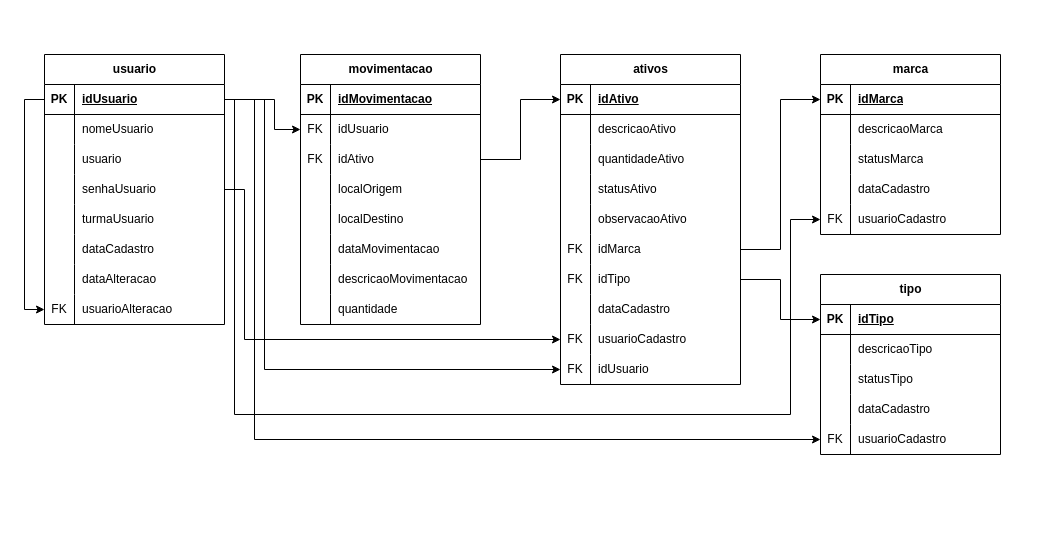
Above: trabalho/fluxogramas/ER_banco_de_dados.drawio in gabrielhalmenschlager/controle-de-ativos-senac (draw.io), before the change. Source tidied: cells renumbered, new cells numbered last; positions are measured from the earlier drawing's top-left corner, leaving out a move shared by most shapes. Both pictures are drawn from the tidied source at 100%, with x=0, y=0 at pixel (44, 54).
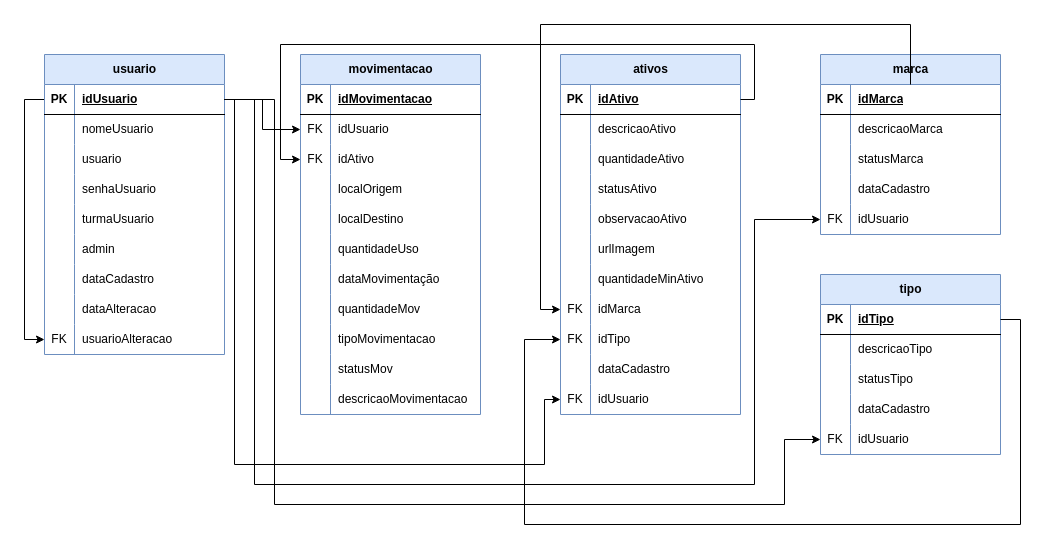
Above is the later version.

The change refers to these unchanged cells:
```xml
<mxCell id="5" style="shape=tableRow;horizontal=0;startSize=0;swimlaneHead=0;swimlaneBody=0;fillColor=none;points=[[0,0.5],[1,0.5]];portConstraint=eastwest;top=0;left=0;right=0;bottom=1;" parent="4" vertex="1">
  <mxGeometry y="30" width="180" height="30" as="geometry" />
</mxCell>
<mxCell id="30" style="shape=tableRow;horizontal=0;startSize=0;swimlaneHead=0;swimlaneBody=0;fillColor=none;points=[[0,0.5],[1,0.5]];portConstraint=eastwest;top=0;left=0;right=0;bottom=1;" parent="29" vertex="1">
  <mxGeometry y="30" width="180" height="30" as="geometry" />
</mxCell>
<mxCell id="61" style="shape=tableRow;horizontal=0;startSize=0;swimlaneHead=0;swimlaneBody=0;fillColor=none;points=[[0,0.5],[1,0.5]];portConstraint=eastwest;top=0;left=0;right=0;bottom=1;" parent="60" vertex="1">
  <mxGeometry y="30" width="180" height="30" as="geometry" />
</mxCell>
<mxCell id="73" style="shape=tableRow;horizontal=0;startSize=0;swimlaneHead=0;swimlaneBody=0;fillColor=none;points=[[0,0.5],[1,0.5]];portConstraint=eastwest;top=0;left=0;right=0;bottom=0;" parent="60" vertex="1">
  <mxGeometry y="150" width="180" height="30" as="geometry" />
</mxCell>
<mxCell id="77" style="shape=tableRow;horizontal=0;startSize=0;swimlaneHead=0;swimlaneBody=0;fillColor=none;points=[[0,0.5],[1,0.5]];portConstraint=eastwest;top=0;left=0;right=0;bottom=1;" parent="76" vertex="1">
  <mxGeometry y="30" width="180" height="30" as="geometry" />
</mxCell>
<mxCell id="89" style="shape=tableRow;horizontal=0;startSize=0;swimlaneHead=0;swimlaneBody=0;fillColor=none;points=[[0,0.5],[1,0.5]];portConstraint=eastwest;top=0;left=0;right=0;bottom=0;" parent="76" vertex="1">
  <mxGeometry y="150" width="180" height="30" as="geometry" />
</mxCell>
<mxCell id="96" style="shape=tableRow;horizontal=0;startSize=0;swimlaneHead=0;swimlaneBody=0;fillColor=none;points=[[0,0.5],[1,0.5]];portConstraint=eastwest;top=0;left=0;right=0;bottom=0;" parent="92" vertex="1">
  <mxGeometry y="60" width="180" height="30" as="geometry" />
</mxCell>
<mxCell id="99" style="shape=tableRow;horizontal=0;startSize=0;swimlaneHead=0;swimlaneBody=0;fillColor=none;points=[[0,0.5],[1,0.5]];portConstraint=eastwest;top=0;left=0;right=0;bottom=0;" parent="92" vertex="1">
  <mxGeometry y="90" width="180" height="30" as="geometry" />
</mxCell>
<mxCell id="108" style="shape=tableRow;horizontal=0;startSize=0;swimlaneHead=0;swimlaneBody=0;fillColor=none;top=0;left=0;right=0;bottom=0;" parent="92" vertex="1">
  <mxGeometry y="180" width="180" height="30" as="geometry" />
</mxCell>
```

The edit, as a diff of the source:
```diff
@@
-    <mxCell id="3" style="edgeStyle=orthogonalEdgeStyle;rounded=0;jettySize=auto;html=1;" parent="1" edge="1" source="4" target="54">
-      <mxGeometry relative="1" as="geometry">
-        <Array as="points">
-          <mxPoint x="200" y="135" />
-          <mxPoint x="200" y="285" />
-        </Array>
-      </mxGeometry>
-    </mxCell>
-    <mxCell id="4" value="usuario" style="shape=table;startSize=30;childLayout=tableLayout;rowLines=0;fontStyle=1;align=center;html=1;" parent="1" vertex="1">
-      <mxGeometry width="180" height="270" as="geometry" />
+    <mxCell id="4" value="usuario" style="shape=table;startSize=30;childLayout=tableLayout;rowLines=0;fontStyle=1;align=center;html=1;fillColor=#dae8fc;strokeColor=#6c8ebf;" parent="1" vertex="1">
+      <mxGeometry width="180" height="300" as="geometry" />
     </mxCell>
@@
+    <mxCell id="124" style="shape=tableRow;horizontal=0;startSize=0;swimlaneHead=0;swimlaneBody=0;fillColor=none;top=0;left=0;right=0;bottom=0;" parent="4" vertex="1">
+      <mxGeometry y="180" width="180" height="30" as="geometry" />
+    </mxCell>
+    <mxCell id="125" style="shape=partialRectangle;fillColor=none;top=0;left=0;bottom=0;right=0;overflow=hidden;whiteSpace=wrap;html=1;" parent="124" vertex="1">
+      <mxGeometry width="30" height="30" as="geometry" />
+    </mxCell>
+    <mxCell id="126" value="admin" style="shape=partialRectangle;fillColor=none;top=0;left=0;bottom=0;right=0;align=left;spacingLeft=6;overflow=hidden;whiteSpace=wrap;html=1;" parent="124" vertex="1">
+      <mxGeometry x="30" width="150" height="30" as="geometry" />
+    </mxCell>
     <mxCell id="20" style="shape=tableRow;horizontal=0;startSize=0;swimlaneHead=0;swimlaneBody=0;fillColor=none;top=0;left=0;right=0;bottom=0;" parent="4" vertex="1">
-      <mxGeometry y="180" width="180" height="30" as="geometry" />
+      <mxGeometry y="210" width="180" height="30" as="geometry" />
     </mxCell>
@@
     <mxCell id="23" style="shape=tableRow;horizontal=0;startSize=0;swimlaneHead=0;swimlaneBody=0;fillColor=none;top=0;left=0;right=0;bottom=0;" parent="4" vertex="1">
-      <mxGeometry y="210" width="180" height="30" as="geometry" />
+      <mxGeometry y="240" width="180" height="30" as="geometry" />
     </mxCell>
@@
     <mxCell id="26" style="shape=tableRow;horizontal=0;startSize=0;swimlaneHead=0;swimlaneBody=0;fillColor=none;points=[[0,0.5],[1,0.5]];portConstraint=eastwest;top=0;left=0;right=0;bottom=0;" parent="4" vertex="1">
-      <mxGeometry y="240" width="180" height="30" as="geometry" />
+      <mxGeometry y="270" width="180" height="30" as="geometry" />
     </mxCell>
@@
-    <mxCell id="29" value="ativos" style="shape=table;startSize=30;childLayout=tableLayout;rowLines=0;fontStyle=1;align=center;html=1;" parent="1" vertex="1">
-      <mxGeometry x="516" width="180" height="330" as="geometry" />
+    <mxCell id="29" value="ativos" style="shape=table;startSize=30;childLayout=tableLayout;rowLines=0;fontStyle=1;align=center;html=1;fillColor=#dae8fc;strokeColor=#6c8ebf;" parent="1" vertex="1">
+      <mxGeometry x="516" width="180" height="360" as="geometry" />
     </mxCell>
@@
+    <mxCell id="127" style="shape=tableRow;horizontal=0;startSize=0;swimlaneHead=0;swimlaneBody=0;fillColor=none;top=0;left=0;right=0;bottom=0;" parent="29" vertex="1">
+      <mxGeometry y="180" width="180" height="30" as="geometry" />
+    </mxCell>
+    <mxCell id="128" style="shape=partialRectangle;fillColor=none;top=0;left=0;bottom=0;right=0;overflow=hidden;whiteSpace=wrap;html=1;" parent="127" vertex="1">
+      <mxGeometry width="30" height="30" as="geometry" />
+    </mxCell>
+    <mxCell id="129" value="urlImagem" style="shape=partialRectangle;fillColor=none;top=0;left=0;bottom=0;right=0;align=left;spacingLeft=6;overflow=hidden;whiteSpace=wrap;html=1;" parent="127" vertex="1">
+      <mxGeometry x="30" width="150" height="30" as="geometry" />
+    </mxCell>
+    <mxCell id="130" style="shape=tableRow;horizontal=0;startSize=0;swimlaneHead=0;swimlaneBody=0;fillColor=none;top=0;left=0;right=0;bottom=0;" parent="29" vertex="1">
+      <mxGeometry y="210" width="180" height="30" as="geometry" />
+    </mxCell>
+    <mxCell id="131" style="shape=partialRectangle;fillColor=none;top=0;left=0;bottom=0;right=0;overflow=hidden;whiteSpace=wrap;html=1;" parent="130" vertex="1">
+      <mxGeometry width="30" height="30" as="geometry" />
+    </mxCell>
+    <mxCell id="132" value="quantidadeMinAtivo" style="shape=partialRectangle;fillColor=none;top=0;left=0;bottom=0;right=0;align=left;spacingLeft=6;overflow=hidden;whiteSpace=wrap;html=1;" parent="130" vertex="1">
+      <mxGeometry x="30" width="150" height="30" as="geometry" />
+    </mxCell>
     <mxCell id="45" style="shape=tableRow;horizontal=0;startSize=0;swimlaneHead=0;swimlaneBody=0;fillColor=none;points=[[0,0.5],[1,0.5]];portConstraint=eastwest;top=0;left=0;right=0;bottom=0;" parent="29" vertex="1">
-      <mxGeometry y="180" width="180" height="30" as="geometry" />
+      <mxGeometry y="240" width="180" height="30" as="geometry" />
     </mxCell>
@@
     <mxCell id="48" style="shape=tableRow;horizontal=0;startSize=0;swimlaneHead=0;swimlaneBody=0;fillColor=none;points=[[0,0.5],[1,0.5]];portConstraint=eastwest;top=0;left=0;right=0;bottom=0;" parent="29" vertex="1">
-      <mxGeometry y="210" width="180" height="30" as="geometry" />
+      <mxGeometry y="270" width="180" height="30" as="geometry" />
     </mxCell>
@@
     <mxCell id="51" style="shape=tableRow;horizontal=0;startSize=0;swimlaneHead=0;swimlaneBody=0;fillColor=none;top=0;left=0;right=0;bottom=0;" parent="29" vertex="1">
-      <mxGeometry y="240" width="180" height="30" as="geometry" />
+      <mxGeometry y="300" width="180" height="30" as="geometry" />
     </mxCell>
@@
     <mxCell id="54" style="shape=tableRow;horizontal=0;startSize=0;swimlaneHead=0;swimlaneBody=0;fillColor=none;points=[[0,0.5],[1,0.5]];portConstraint=eastwest;top=0;left=0;right=0;bottom=0;" parent="29" vertex="1">
-      <mxGeometry y="270" width="180" height="30" as="geometry" />
+      <mxGeometry y="330" width="180" height="30" as="geometry" />
     </mxCell>
@@
-    <mxCell id="56" value="usuarioCadastro" style="shape=partialRectangle;fillColor=none;top=0;left=0;bottom=0;right=0;align=left;spacingLeft=6;overflow=hidden;whiteSpace=wrap;html=1;" parent="54" vertex="1">
+    <mxCell id="56" value="idUsuario" style="shape=partialRectangle;fillColor=none;top=0;left=0;bottom=0;right=0;align=left;spacingLeft=6;overflow=hidden;whiteSpace=wrap;html=1;" parent="54" vertex="1">
       <mxGeometry x="30" width="150" height="30" as="geometry" />
     </mxCell>
-    <mxCell id="57" style="shape=tableRow;horizontal=0;startSize=0;swimlaneHead=0;swimlaneBody=0;fillColor=none;points=[[0,0.5],[1,0.5]];portConstraint=eastwest;top=0;left=0;right=0;bottom=0;" parent="29" vertex="1">
-      <mxGeometry y="300" width="180" height="30" as="geometry" />
-    </mxCell>
-    <mxCell id="58" value="FK" style="shape=partialRectangle;fillColor=none;top=0;left=0;bottom=0;right=0;overflow=hidden;whiteSpace=wrap;html=1;" parent="57" vertex="1">
-      <mxGeometry width="30" height="30" as="geometry" />
-    </mxCell>
-    <mxCell id="59" value="idUsuario" style="shape=partialRectangle;fillColor=none;top=0;left=0;bottom=0;right=0;align=left;spacingLeft=6;overflow=hidden;whiteSpace=wrap;html=1;" parent="57" vertex="1">
-      <mxGeometry x="30" width="150" height="30" as="geometry" />
-    </mxCell>
-    <mxCell id="60" value="marca" style="shape=table;startSize=30;childLayout=tableLayout;rowLines=0;fontStyle=1;align=center;html=1;" parent="1" vertex="1">
+    <mxCell id="60" value="marca" style="shape=table;startSize=30;childLayout=tableLayout;rowLines=0;fontStyle=1;align=center;html=1;fillColor=#dae8fc;strokeColor=#6c8ebf;" parent="1" vertex="1">
       <mxGeometry x="776" width="180" height="180" as="geometry" />
     </mxCell>
@@
-    <mxCell id="75" value="usuarioCadastro" style="shape=partialRectangle;fillColor=none;top=0;left=0;bottom=0;right=0;align=left;spacingLeft=6;overflow=hidden;whiteSpace=wrap;html=1;" parent="73" vertex="1">
+    <mxCell id="75" value="idUsuario" style="shape=partialRectangle;fillColor=none;top=0;left=0;bottom=0;right=0;align=left;spacingLeft=6;overflow=hidden;whiteSpace=wrap;html=1;" parent="73" vertex="1">
       <mxGeometry x="30" width="150" height="30" as="geometry" />
     </mxCell>
-    <mxCell id="76" value="tipo" style="shape=table;startSize=30;childLayout=tableLayout;rowLines=0;fontStyle=1;align=center;html=1;" parent="1" vertex="1">
+    <mxCell id="76" value="tipo" style="shape=table;startSize=30;childLayout=tableLayout;rowLines=0;fontStyle=1;align=center;html=1;fillColor=#dae8fc;strokeColor=#6c8ebf;" parent="1" vertex="1">
       <mxGeometry x="776" y="220" width="180" height="180" as="geometry" />
     </mxCell>
@@
-    <mxCell id="91" value="usuarioCadastro" style="shape=partialRectangle;fillColor=none;top=0;left=0;bottom=0;right=0;align=left;spacingLeft=6;overflow=hidden;whiteSpace=wrap;html=1;" parent="89" vertex="1">
+    <mxCell id="91" value="idUsuario" style="shape=partialRectangle;fillColor=none;top=0;left=0;bottom=0;right=0;align=left;spacingLeft=6;overflow=hidden;whiteSpace=wrap;html=1;" parent="89" vertex="1">
       <mxGeometry x="30" width="150" height="30" as="geometry" />
     </mxCell>
-    <mxCell id="92" value="movimentacao" style="shape=table;startSize=30;childLayout=tableLayout;rowLines=0;fontStyle=1;align=center;html=1;" parent="1" vertex="1">
-      <mxGeometry x="256" width="180" height="270" as="geometry" />
+    <mxCell id="92" value="movimentacao" style="shape=table;startSize=30;childLayout=tableLayout;rowLines=0;fontStyle=1;align=center;html=1;fillColor=#dae8fc;strokeColor=#6c8ebf;" parent="1" vertex="1">
+      <mxGeometry x="256" width="180" height="360" as="geometry" />
     </mxCell>
@@
-    <mxCell id="110" value="dataMovimentacao" style="shape=partialRectangle;fillColor=none;top=0;left=0;bottom=0;right=0;align=left;spacingLeft=6;overflow=hidden;whiteSpace=wrap;html=1;" parent="108" vertex="1">
+    <mxCell id="110" value="quantidadeUso" style="shape=partialRectangle;fillColor=none;top=0;left=0;bottom=0;right=0;align=left;spacingLeft=6;overflow=hidden;whiteSpace=wrap;html=1;" parent="108" vertex="1">
       <mxGeometry x="30" width="150" height="30" as="geometry" />
     </mxCell>
-    <mxCell id="111" style="shape=tableRow;horizontal=0;startSize=0;swimlaneHead=0;swimlaneBody=0;fillColor=none;top=0;left=0;right=0;bottom=0;" parent="92" vertex="1">
-      <mxGeometry y="210" width="180" height="30" as="geometry" />
-    </mxCell>
-    <mxCell id="112" style="shape=partialRectangle;fillColor=none;top=0;left=0;bottom=0;right=0;overflow=hidden;whiteSpace=wrap;html=1;" parent="111" vertex="1">
-      <mxGeometry width="30" height="30" as="geometry" />
-    </mxCell>
-    <mxCell id="113" value="descricaoMovimentacao" style="shape=partialRectangle;fillColor=none;top=0;left=0;bottom=0;right=0;align=left;spacingLeft=6;overflow=hidden;whiteSpace=wrap;html=1;" parent="111" vertex="1">
-      <mxGeometry x="30" width="150" height="30" as="geometry" />
-    </mxCell>
+    <mxCell id="133" style="shape=tableRow;horizontal=0;startSize=0;swimlaneHead=0;swimlaneBody=0;fillColor=none;top=0;left=0;right=0;bottom=0;" parent="92" vertex="1">
+      <mxGeometry y="210" width="180" height="30" as="geometry" />
+    </mxCell>
+    <mxCell id="134" style="shape=partialRectangle;fillColor=none;top=0;left=0;bottom=0;right=0;overflow=hidden;whiteSpace=wrap;html=1;" parent="133" vertex="1">
+      <mxGeometry width="30" height="30" as="geometry" />
+    </mxCell>
+    <mxCell id="135" value="dataMovimentação" style="shape=partialRectangle;fillColor=none;top=0;left=0;bottom=0;right=0;align=left;spacingLeft=6;overflow=hidden;whiteSpace=wrap;html=1;" parent="133" vertex="1">
+      <mxGeometry x="30" width="150" height="30" as="geometry" />
+    </mxCell>
+    <mxCell id="136" style="shape=tableRow;horizontal=0;startSize=0;swimlaneHead=0;swimlaneBody=0;fillColor=none;top=0;left=0;right=0;bottom=0;" parent="92" vertex="1">
+      <mxGeometry y="240" width="180" height="30" as="geometry" />
+    </mxCell>
+    <mxCell id="137" style="shape=partialRectangle;fillColor=none;top=0;left=0;bottom=0;right=0;overflow=hidden;whiteSpace=wrap;html=1;" parent="136" vertex="1">
+      <mxGeometry width="30" height="30" as="geometry" />
+    </mxCell>
+    <mxCell id="138" value="quantidadeMov" style="shape=partialRectangle;fillColor=none;top=0;left=0;bottom=0;right=0;align=left;spacingLeft=6;overflow=hidden;whiteSpace=wrap;html=1;" parent="136" vertex="1">
+      <mxGeometry x="30" width="150" height="30" as="geometry" />
+    </mxCell>
     <mxCell id="114" style="shape=tableRow;horizontal=0;startSize=0;swimlaneHead=0;swimlaneBody=0;fillColor=none;top=0;left=0;right=0;bottom=0;" parent="92" vertex="1">
-      <mxGeometry y="240" width="180" height="30" as="geometry" />
+      <mxGeometry y="270" width="180" height="30" as="geometry" />
     </mxCell>
@@
-    <mxCell id="116" value="quantidade" style="shape=partialRectangle;fillColor=none;top=0;left=0;bottom=0;right=0;align=left;spacingLeft=6;overflow=hidden;whiteSpace=wrap;html=1;" parent="114" vertex="1">
+    <mxCell id="116" value="tipoMovimentacao" style="shape=partialRectangle;fillColor=none;top=0;left=0;bottom=0;right=0;align=left;spacingLeft=6;overflow=hidden;whiteSpace=wrap;html=1;" parent="114" vertex="1">
       <mxGeometry x="30" width="150" height="30" as="geometry" />
     </mxCell>
+    <mxCell id="57" style="shape=tableRow;horizontal=0;startSize=0;swimlaneHead=0;swimlaneBody=0;fillColor=none;points=[[0,0.5],[1,0.5]];portConstraint=eastwest;top=0;left=0;right=0;bottom=0;" parent="92" vertex="1">
+      <mxGeometry y="300" width="180" height="30" as="geometry" />
+    </mxCell>
+    <mxCell id="139" style="shape=partialRectangle;fillColor=none;top=0;left=0;bottom=0;right=0;overflow=hidden;whiteSpace=wrap;html=1;" parent="57" vertex="1">
+      <mxGeometry width="30" height="30" as="geometry" />
+    </mxCell>
+    <mxCell id="140" value="statusMov" style="shape=partialRectangle;fillColor=none;top=0;left=0;bottom=0;right=0;align=left;spacingLeft=6;overflow=hidden;whiteSpace=wrap;html=1;" parent="57" vertex="1">
+      <mxGeometry x="30" width="150" height="30" as="geometry" />
+    </mxCell>
+    <mxCell id="141" style="shape=tableRow;horizontal=0;startSize=0;swimlaneHead=0;swimlaneBody=0;fillColor=none;top=0;left=0;right=0;bottom=0;" parent="92" vertex="1">
+      <mxGeometry y="330" width="180" height="30" as="geometry" />
+    </mxCell>
+    <mxCell id="142" style="shape=partialRectangle;fillColor=none;top=0;left=0;bottom=0;right=0;overflow=hidden;whiteSpace=wrap;html=1;" parent="141" vertex="1">
+      <mxGeometry width="30" height="30" as="geometry" />
+    </mxCell>
+    <mxCell id="113" value="descricaoMovimentacao" style="shape=partialRectangle;fillColor=none;top=0;left=0;bottom=0;right=0;align=left;spacingLeft=6;overflow=hidden;whiteSpace=wrap;html=1;" parent="141" vertex="1">
+      <mxGeometry x="30" width="150" height="30" as="geometry" />
+    </mxCell>
+    <mxCell id="143" style="edgeStyle=orthogonalEdgeStyle;rounded=0;jettySize=auto;html=1;" parent="1" edge="1" source="5" target="54">
+      <mxGeometry relative="1" as="geometry">
+        <Array as="points">
+          <mxPoint x="190" y="45" />
+          <mxPoint x="190" y="410" />
+          <mxPoint x="500" y="410" />
+          <mxPoint x="500" y="345" />
+        </Array>
+      </mxGeometry>
+    </mxCell>
+    <mxCell id="123" style="edgeStyle=orthogonalEdgeStyle;rounded=0;jettySize=auto;html=1;entryX=0;entryY=0.5;entryDx=0;entryDy=0;" parent="1" edge="1" source="5" target="73">
+      <mxGeometry relative="1" as="geometry">
+        <Array as="points">
+          <mxPoint x="210" y="45" />
+          <mxPoint x="210" y="430" />
+          <mxPoint x="710" y="430" />
+          <mxPoint x="710" y="165" />
+        </Array>
+      </mxGeometry>
+    </mxCell>
+    <mxCell id="122" style="edgeStyle=orthogonalEdgeStyle;rounded=0;jettySize=auto;html=1;" parent="1" edge="1" source="5" target="89">
+      <mxGeometry relative="1" as="geometry">
+        <Array as="points">
+          <mxPoint x="230" y="45" />
+          <mxPoint x="230" y="450" />
+          <mxPoint x="740" y="450" />
+          <mxPoint x="740" y="385" />
+        </Array>
+      </mxGeometry>
+    </mxCell>
     <mxCell id="117" style="edgeStyle=orthogonalEdgeStyle;rounded=0;jettySize=auto;html=1;" parent="1" edge="1" source="5" target="96">
-      <mxGeometry relative="1" as="geometry">
-        <Array as="points">
-          <mxPoint x="230" y="45" />
-          <mxPoint x="230" y="75" />
-        </Array>
-      </mxGeometry>
+      <mxGeometry relative="1" as="geometry" />
     </mxCell>
-    <mxCell id="118" style="edgeStyle=orthogonalEdgeStyle;rounded=0;jettySize=auto;html=1;entryX=0;entryY=0.5;entryDx=0;entryDy=0;" parent="1" edge="1" source="45" target="61">
-      <mxGeometry relative="1" as="geometry" />
-    </mxCell>
-    <mxCell id="119" style="edgeStyle=orthogonalEdgeStyle;rounded=0;jettySize=auto;html=1;entryX=0;entryY=0.5;entryDx=0;entryDy=0;" parent="1" edge="1" source="48" target="77">
-      <mxGeometry relative="1" as="geometry" />
-    </mxCell>
-    <mxCell id="120" style="edgeStyle=orthogonalEdgeStyle;rounded=0;jettySize=auto;html=1;entryX=0;entryY=0.5;entryDx=0;entryDy=0;" parent="1" edge="1" source="99" target="30">
-      <mxGeometry relative="1" as="geometry" />
-    </mxCell>
-    <mxCell id="121" style="edgeStyle=orthogonalEdgeStyle;rounded=0;jettySize=auto;html=1;" parent="1" edge="1" source="5" target="57">
-      <mxGeometry relative="1" as="geometry">
-        <Array as="points">
-          <mxPoint x="220" y="45" />
-          <mxPoint x="220" y="315" />
-        </Array>
-      </mxGeometry>
-    </mxCell>
-    <mxCell id="122" style="edgeStyle=orthogonalEdgeStyle;rounded=0;jettySize=auto;html=1;" parent="1" edge="1" source="5" target="89">
-      <mxGeometry relative="1" as="geometry">
-        <Array as="points">
-          <mxPoint x="210" y="45" />
-          <mxPoint x="210" y="385" />
-        </Array>
-      </mxGeometry>
-    </mxCell>
-    <mxCell id="123" style="edgeStyle=orthogonalEdgeStyle;rounded=0;jettySize=auto;html=1;" parent="1" edge="1" source="5" target="73">
-      <mxGeometry relative="1" as="geometry">
-        <Array as="points">
-          <mxPoint x="190" y="45" />
-          <mxPoint x="190" y="360" />
-          <mxPoint x="746" y="360" />
-          <mxPoint x="746" y="165" />
-        </Array>
-      </mxGeometry>
-    </mxCell>
+    <mxCell id="144" style="edgeStyle=orthogonalEdgeStyle;rounded=0;jettySize=auto;html=1;entryX=0;entryY=0.5;entryDx=0;entryDy=0;exitX=1;exitY=0.5;exitDx=0;exitDy=0;" parent="1" edge="1" source="30" target="99">
+      <mxGeometry relative="1" as="geometry">
+        <Array as="points">
+          <mxPoint x="710" y="45" />
+          <mxPoint x="710" y="-10" />
+          <mxPoint x="236" y="-10" />
+          <mxPoint x="236" y="105" />
+        </Array>
+      </mxGeometry>
+    </mxCell>
+    <mxCell id="145" style="edgeStyle=orthogonalEdgeStyle;rounded=0;jettySize=auto;html=1;entryX=0;entryY=0.5;entryDx=0;entryDy=0;" parent="1" edge="1" source="61" target="45">
+      <mxGeometry relative="1" as="geometry">
+        <Array as="points">
+          <mxPoint x="866" y="-30" />
+          <mxPoint x="496" y="-30" />
+          <mxPoint x="496" y="255" />
+        </Array>
+      </mxGeometry>
+    </mxCell>
+    <mxCell id="146" style="edgeStyle=orthogonalEdgeStyle;rounded=0;jettySize=auto;html=1;entryX=0;entryY=0.5;entryDx=0;entryDy=0;exitX=1;exitY=0.5;exitDx=0;exitDy=0;" parent="1" edge="1" source="77" target="48">
+      <mxGeometry relative="1" as="geometry">
+        <Array as="points">
+          <mxPoint x="976" y="265" />
+          <mxPoint x="976" y="470" />
+          <mxPoint x="480" y="470" />
+          <mxPoint x="480" y="285" />
+        </Array>
+      </mxGeometry>
+    </mxCell>
```
